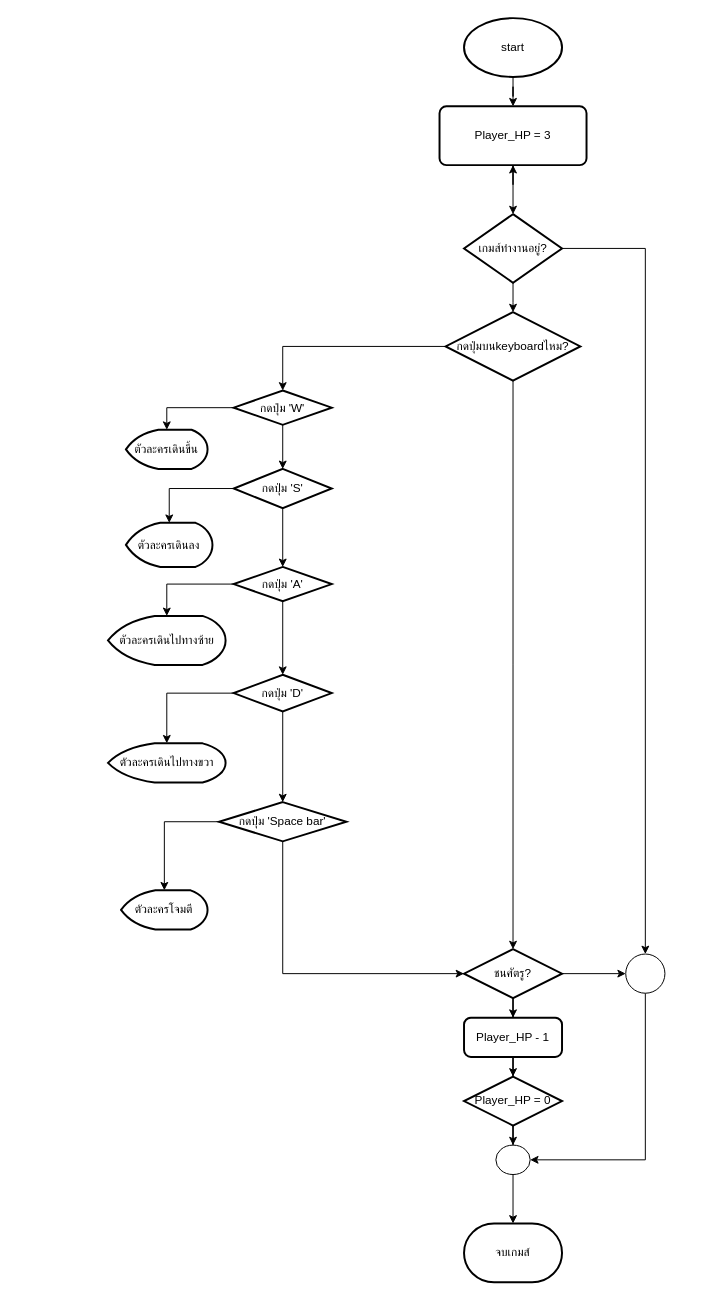
PhantomJJ/pygame-project keeps this draw.io diagram as page "seeker_game(seeker)" (1 of 3) of Untitled Diagram.drawio. Above is the earlier version. Source tidied: cells renumbered, new cells numbered last; positions are measured from the earlier drawing's top-left corner, leaving out a move shared by most shapes. Both pictures are drawn from the tidied source at 98%, with x=0, y=0 at pixel (108, 18).
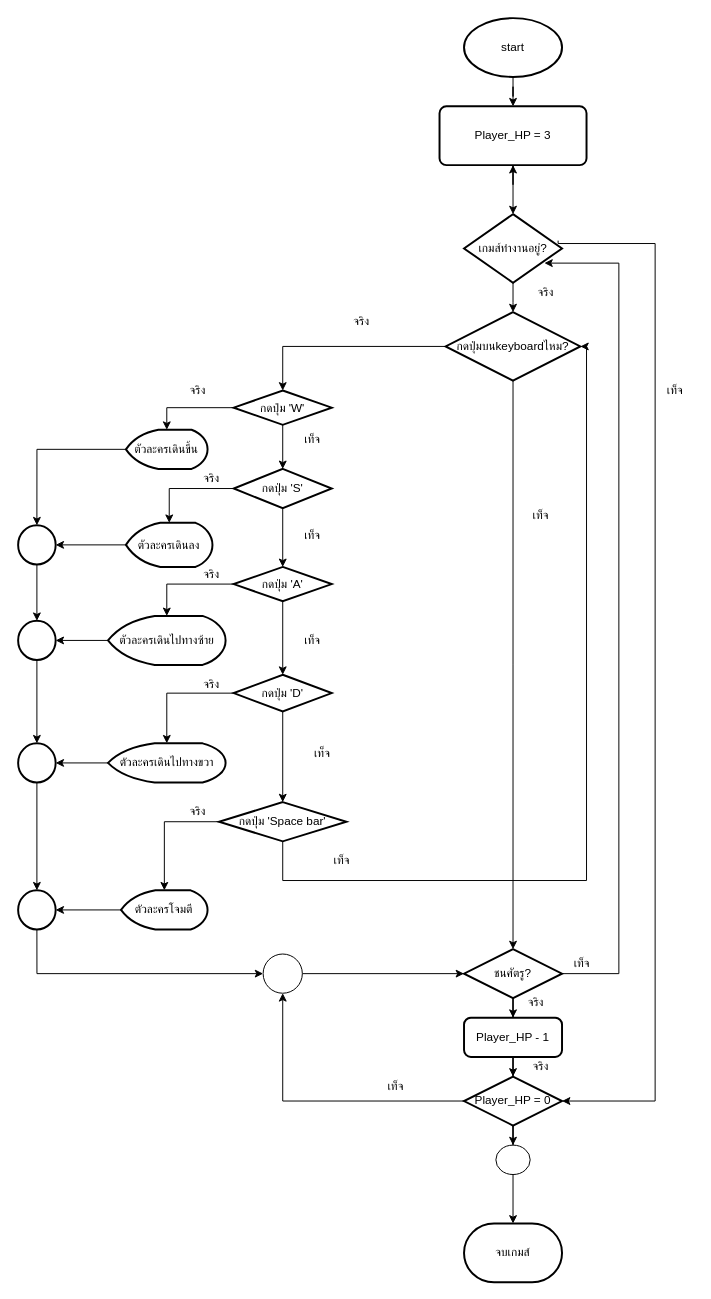
The same page after the edit.

Unchanged cells that the change refers to:
```xml
<mxCell id="9" value="เกมส์ทำงานอยู่?" style="strokeWidth=2;html=1;shape=mxgraph.flowchart.decision;whiteSpace=wrap;" parent="1" vertex="1">
  <mxGeometry x="363" y="200" width="100" height="70" as="geometry" />
</mxCell>
<mxCell id="12" value="กดปุ่มบนkeyboardไหม?" style="strokeWidth=2;html=1;shape=mxgraph.flowchart.decision;whiteSpace=wrap;" parent="1" vertex="1">
  <mxGeometry x="344.2" y="300" width="137.5" height="70" as="geometry" />
</mxCell>
<mxCell id="16" value="ตัวละครเดินขึ้น" style="strokeWidth=2;html=1;shape=mxgraph.flowchart.display;whiteSpace=wrap;" parent="1" vertex="1">
  <mxGeometry x="18" y="420" width="83.3" height="40" as="geometry" />
</mxCell>
<mxCell id="20" value="ตัวละครเดินลง" style="strokeWidth=2;html=1;shape=mxgraph.flowchart.display;whiteSpace=wrap;" parent="1" vertex="1">
  <mxGeometry x="18" y="515" width="88.3" height="45" as="geometry" />
</mxCell>
<mxCell id="24" value="ตัวละครเดินไปทางซ้าย" style="strokeWidth=2;html=1;shape=mxgraph.flowchart.display;whiteSpace=wrap;" parent="1" vertex="1">
  <mxGeometry x="-0.3" y="610" width="120" height="50" as="geometry" />
</mxCell>
<mxCell id="28" value="ตัวละครเดินไปทางขวา" style="strokeWidth=2;html=1;shape=mxgraph.flowchart.display;whiteSpace=wrap;" parent="1" vertex="1">
  <mxGeometry x="-0.3" y="740" width="120" height="40" as="geometry" />
</mxCell>
<mxCell id="31" value="กดปุ่ม 'Space bar'" style="strokeWidth=2;html=1;shape=mxgraph.flowchart.decision;whiteSpace=wrap;" parent="1" vertex="1">
  <mxGeometry x="113" y="800" width="130" height="40" as="geometry" />
</mxCell>
<mxCell id="32" value="ตัวละครโจมตี" style="strokeWidth=2;html=1;shape=mxgraph.flowchart.display;whiteSpace=wrap;" parent="1" vertex="1">
  <mxGeometry x="13" y="890" width="88.3" height="40" as="geometry" />
</mxCell>
<mxCell id="35" value="ชนศัตรู?" style="strokeWidth=2;html=1;shape=mxgraph.flowchart.decision;whiteSpace=wrap;" parent="1" vertex="1">
  <mxGeometry x="363" y="950" width="100" height="50" as="geometry" />
</mxCell>
<mxCell id="39" value="Player_HP = 0" style="strokeWidth=2;html=1;shape=mxgraph.flowchart.decision;whiteSpace=wrap;" parent="1" vertex="1">
  <mxGeometry x="363" y="1080" width="100" height="50" as="geometry" />
</mxCell>
<mxCell id="41" style="verticalLabelPosition=bottom;verticalAlign=top;html=1;shape=mxgraph.flowchart.on-page_reference;" parent="1" vertex="1">
  <mxGeometry x="395.5" y="1150" width="35" height="30" as="geometry" />
</mxCell>
```

Change to the diagram source:
```diff
@@
-    <mxCell id="8" style="edgeStyle=orthogonalEdgeStyle;rounded=0;jettySize=auto;html=1;" parent="1" edge="1" source="9" target="43">
+    <mxCell id="8" style="edgeStyle=orthogonalEdgeStyle;rounded=0;jettySize=auto;html=1;entryX=1;entryY=0.5;entryDx=0;entryDy=0;entryPerimeter=0;exitX=0.96;exitY=0.386;exitDx=0;exitDy=0;exitPerimeter=0;" parent="1" edge="1" source="9" target="39">
       <mxGeometry relative="1" as="geometry">
         <Array as="points">
-          <mxPoint x="548" y="235" />
+          <mxPoint x="459" y="230" />
+          <mxPoint x="558" y="230" />
+          <mxPoint x="558" y="1105" />
         </Array>
       </mxGeometry>
     </mxCell>
@@
+    <mxCell id="45" style="edgeStyle=orthogonalEdgeStyle;rounded=0;jettySize=auto;html=1;" parent="1" edge="1" source="16" target="56">
+      <mxGeometry relative="1" as="geometry" />
+    </mxCell>
@@
+    <mxCell id="46" style="edgeStyle=orthogonalEdgeStyle;rounded=0;jettySize=auto;html=1;" parent="1" edge="1" source="20" target="56">
+      <mxGeometry relative="1" as="geometry" />
+    </mxCell>
@@
+    <mxCell id="47" style="edgeStyle=orthogonalEdgeStyle;rounded=0;jettySize=auto;html=1;" parent="1" edge="1" source="24" target="58">
+      <mxGeometry relative="1" as="geometry" />
+    </mxCell>
@@
+    <mxCell id="48" style="edgeStyle=orthogonalEdgeStyle;rounded=0;jettySize=auto;html=1;" parent="1" edge="1" source="28" target="60">
+      <mxGeometry relative="1" as="geometry" />
+    </mxCell>
@@
-    <mxCell id="30" style="edgeStyle=orthogonalEdgeStyle;rounded=0;jettySize=auto;html=1;entryX=0;entryY=0.5;entryDx=0;entryDy=0;entryPerimeter=0;exitX=0.5;exitY=1;exitDx=0;exitDy=0;exitPerimeter=0;" parent="1" edge="1" source="31" target="35">
+    <mxCell id="30" style="edgeStyle=orthogonalEdgeStyle;rounded=0;jettySize=auto;html=1;exitX=0.5;exitY=1;exitDx=0;exitDy=0;exitPerimeter=0;entryX=1;entryY=0.5;entryDx=0;entryDy=0;entryPerimeter=0;" parent="1" edge="1" source="31" target="12">
       <mxGeometry relative="1" as="geometry">
         <Array as="points">
-          <mxPoint x="178" y="975" />
+          <mxPoint x="178" y="880" />
+          <mxPoint x="488" y="880" />
+          <mxPoint x="488" y="335" />
         </Array>
       </mxGeometry>
     </mxCell>
@@
+    <mxCell id="49" style="edgeStyle=orthogonalEdgeStyle;rounded=0;jettySize=auto;html=1;" parent="1" edge="1" source="32" target="62">
+      <mxGeometry relative="1" as="geometry" />
+    </mxCell>
@@
-    <mxCell id="34" style="edgeStyle=orthogonalEdgeStyle;rounded=0;jettySize=auto;html=1;" parent="1" edge="1" source="35" target="43">
-      <mxGeometry relative="1" as="geometry" />
+    <mxCell id="34" style="edgeStyle=orthogonalEdgeStyle;rounded=0;jettySize=auto;html=1;entryX=0.82;entryY=0.714;entryDx=0;entryDy=0;entryPerimeter=0;" parent="1" edge="1" source="35" target="9">
+      <mxGeometry relative="1" as="geometry">
+        <Array as="points">
+          <mxPoint x="521" y="975" />
+          <mxPoint x="521" y="250" />
+        </Array>
+      </mxGeometry>
     </mxCell>
@@
+    <mxCell id="50" style="edgeStyle=orthogonalEdgeStyle;rounded=0;jettySize=auto;html=1;entryX=0.5;entryY=1;entryDx=0;entryDy=0;entryPerimeter=0;" parent="1" edge="1" source="39" target="54">
+      <mxGeometry relative="1" as="geometry">
+        <Array as="points">
+          <mxPoint x="178" y="1105" />
+        </Array>
+      </mxGeometry>
+    </mxCell>
@@
-    <mxCell id="42" style="edgeStyle=orthogonalEdgeStyle;rounded=0;jettySize=auto;html=1;entryX=1;entryY=0.5;entryDx=0;entryDy=0;entryPerimeter=0;" parent="1" edge="1" source="43" target="41">
-      <mxGeometry relative="1" as="geometry">
-        <Array as="points">
-          <mxPoint x="548" y="1165" />
-        </Array>
-      </mxGeometry>
-    </mxCell>
-    <mxCell id="43" style="verticalLabelPosition=bottom;verticalAlign=top;html=1;shape=mxgraph.flowchart.on-page_reference;" parent="1" vertex="1">
-      <mxGeometry x="528" y="955" width="40" height="40" as="geometry" />
-    </mxCell>
@@
+    <mxCell id="51" value="จริง" style="text;html=1;align=center;verticalAlign=middle;" parent="1" vertex="1">
+      <mxGeometry x="243" y="300" width="30" height="20" as="geometry" />
+    </mxCell>
+    <mxCell id="52" value="จริง" style="text;html=1;align=center;verticalAlign=middle;" parent="1" vertex="1">
+      <mxGeometry x="76.3" y="370" width="30" height="20" as="geometry" />
+    </mxCell>
+    <mxCell id="53" style="edgeStyle=orthogonalEdgeStyle;rounded=0;jettySize=auto;html=1;entryX=0;entryY=0.5;entryDx=0;entryDy=0;entryPerimeter=0;" parent="1" edge="1" source="54" target="35">
+      <mxGeometry relative="1" as="geometry" />
+    </mxCell>
+    <mxCell id="54" style="verticalLabelPosition=bottom;verticalAlign=top;html=1;shape=mxgraph.flowchart.on-page_reference;" parent="1" vertex="1">
+      <mxGeometry x="158" y="955" width="40" height="40" as="geometry" />
+    </mxCell>
+    <mxCell id="55" style="edgeStyle=orthogonalEdgeStyle;rounded=0;jettySize=auto;html=1;" parent="1" edge="1" source="56" target="58">
+      <mxGeometry relative="1" as="geometry" />
+    </mxCell>
+    <mxCell id="56" style="ellipse;whiteSpace=wrap;html=1;strokeWidth=2;" parent="1" vertex="1">
+      <mxGeometry x="-92" y="517.5" width="38.3" height="40" as="geometry" />
+    </mxCell>
+    <mxCell id="57" style="edgeStyle=orthogonalEdgeStyle;rounded=0;jettySize=auto;html=1;" parent="1" edge="1" source="58" target="60">
+      <mxGeometry relative="1" as="geometry" />
+    </mxCell>
+    <mxCell id="58" style="ellipse;whiteSpace=wrap;html=1;strokeWidth=2;" parent="1" vertex="1">
+      <mxGeometry x="-92" y="615" width="38.3" height="40" as="geometry" />
+    </mxCell>
+    <mxCell id="59" style="edgeStyle=orthogonalEdgeStyle;rounded=0;jettySize=auto;html=1;" parent="1" edge="1" source="60" target="62">
+      <mxGeometry relative="1" as="geometry" />
+    </mxCell>
+    <mxCell id="60" style="ellipse;whiteSpace=wrap;html=1;strokeWidth=2;" parent="1" vertex="1">
+      <mxGeometry x="-92" y="740" width="38.3" height="40" as="geometry" />
+    </mxCell>
+    <mxCell id="61" style="edgeStyle=orthogonalEdgeStyle;rounded=0;jettySize=auto;html=1;entryX=0;entryY=0.5;entryDx=0;entryDy=0;entryPerimeter=0;exitX=0.5;exitY=1;exitDx=0;exitDy=0;" parent="1" edge="1" source="62" target="54">
+      <mxGeometry relative="1" as="geometry">
+        <Array as="points">
+          <mxPoint x="-73" y="975" />
+        </Array>
+      </mxGeometry>
+    </mxCell>
+    <mxCell id="62" style="ellipse;whiteSpace=wrap;html=1;strokeWidth=2;" parent="1" vertex="1">
+      <mxGeometry x="-92" y="890" width="38.3" height="40" as="geometry" />
+    </mxCell>
+    <mxCell id="63" value="จริง" style="text;html=1;align=center;verticalAlign=middle;" parent="1" vertex="1">
+      <mxGeometry x="89.7" y="460" width="30" height="20" as="geometry" />
+    </mxCell>
+    <mxCell id="64" value="จริง" style="text;html=1;align=center;verticalAlign=middle;" parent="1" vertex="1">
+      <mxGeometry x="89.7" y="557.5" width="30" height="20" as="geometry" />
+    </mxCell>
+    <mxCell id="65" value="จริง" style="text;html=1;align=center;verticalAlign=middle;" parent="1" vertex="1">
+      <mxGeometry x="89.7" y="670" width="30" height="20" as="geometry" />
+    </mxCell>
+    <mxCell id="66" value="จริง" style="text;html=1;align=center;verticalAlign=middle;" parent="1" vertex="1">
+      <mxGeometry x="76.3" y="800" width="30" height="20" as="geometry" />
+    </mxCell>
+    <mxCell id="67" value="จริง" style="text;html=1;align=center;verticalAlign=middle;" parent="1" vertex="1">
+      <mxGeometry x="430.5" y="270" width="30" height="20" as="geometry" />
+    </mxCell>
+    <mxCell id="68" value="เท็จ" style="text;html=1;align=center;verticalAlign=middle;" parent="1" vertex="1">
+      <mxGeometry x="558" y="370" width="40" height="20" as="geometry" />
+    </mxCell>
+    <mxCell id="69" value="เท็จ" style="text;html=1;align=center;verticalAlign=middle;" parent="1" vertex="1">
+      <mxGeometry x="420.5" y="497.5" width="40" height="20" as="geometry" />
+    </mxCell>
+    <mxCell id="70" value="เท็จ" style="text;html=1;align=center;verticalAlign=middle;" parent="1" vertex="1">
+      <mxGeometry x="188" y="420" width="40" height="20" as="geometry" />
+    </mxCell>
+    <mxCell id="71" value="เท็จ" style="text;html=1;align=center;verticalAlign=middle;" parent="1" vertex="1">
+      <mxGeometry x="188" y="517.5" width="40" height="20" as="geometry" />
+    </mxCell>
+    <mxCell id="72" value="เท็จ" style="text;html=1;align=center;verticalAlign=middle;" parent="1" vertex="1">
+      <mxGeometry x="188" y="625" width="40" height="20" as="geometry" />
+    </mxCell>
+    <mxCell id="73" value="เท็จ" style="text;html=1;align=center;verticalAlign=middle;" parent="1" vertex="1">
+      <mxGeometry x="198" y="740" width="40" height="20" as="geometry" />
+    </mxCell>
+    <mxCell id="74" value="เท็จ" style="text;html=1;align=center;verticalAlign=middle;" parent="1" vertex="1">
+      <mxGeometry x="218" y="850" width="40" height="20" as="geometry" />
+    </mxCell>
+    <mxCell id="75" value="จริง" style="text;html=1;align=center;verticalAlign=middle;" parent="1" vertex="1">
+      <mxGeometry x="420.5" y="995" width="30" height="20" as="geometry" />
+    </mxCell>
+    <mxCell id="76" value="เท็จ" style="text;html=1;align=center;verticalAlign=middle;" parent="1" vertex="1">
+      <mxGeometry x="463" y="955" width="40" height="20" as="geometry" />
+    </mxCell>
+    <mxCell id="77" value="จริง" style="text;html=1;align=center;verticalAlign=middle;" parent="1" vertex="1">
+      <mxGeometry x="425.5" y="1060" width="30" height="20" as="geometry" />
+    </mxCell>
+    <mxCell id="78" value="เท็จ" style="text;html=1;align=center;verticalAlign=middle;" parent="1" vertex="1">
+      <mxGeometry x="273" y="1080" width="40" height="20" as="geometry" />
+    </mxCell>
```
